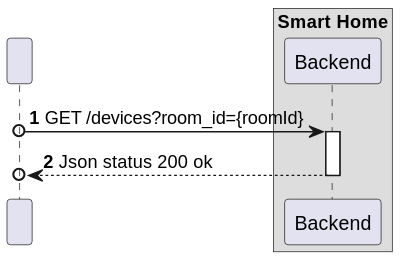
Earlier version of the PlantUML export docs/ooa/C4_4plus1_models/Level2/ProcessView/ProcessViewLevel2_UC06_v1.svg (olivDiogo/SmartHome).
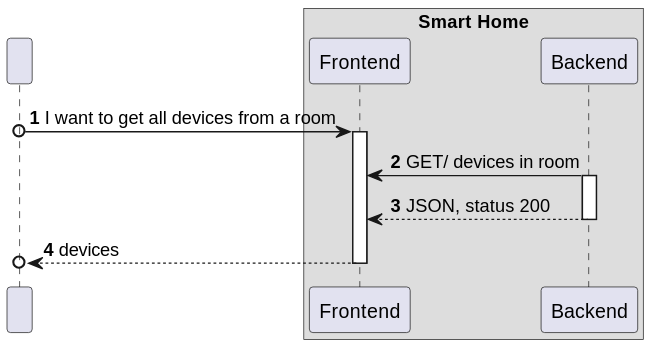
After the commit.

Commit message:
docs: updates on process view level 2 and 3 diagrams

What changed in the source:
```diff
@@ -6,12 +6,19 @@
 
 participant " " as HTTP
 box "Smart Home"
+    participant "Frontend" as FE
     participant "Backend" as BE
 end box
 
-HTTP o-> BE : GET /devices?room_id={roomId}
+HTTP o-> FE : I want to get all devices from a room
+activate FE
+
+BE -> FE: GET/ devices in room
 activate BE
 
-BE -->o HTTP : Json status 200 ok
+BE --> FE : JSON, status 200
 deactivate BE
+
+FE -->o HTTP : devices
+deactivate FE
 @enduml
```
